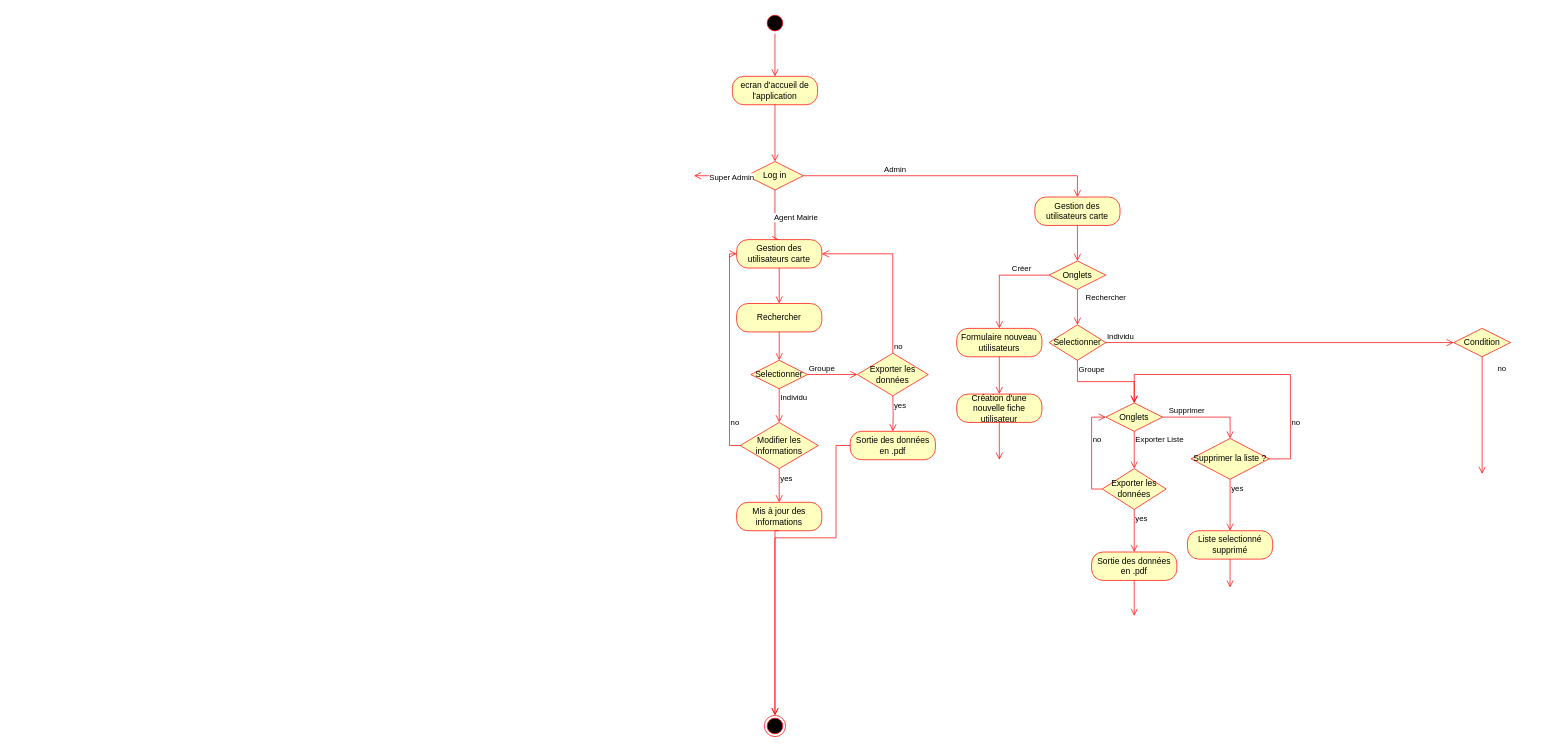
This is page "Diagramme d'activités" (3 of 3) of accésCimAmiens.drawio from lemairemarius/Uml, a draw.io file, before an edit. Source tidied: cells renumbered, new cells numbered last; positions are measured from the earlier drawing's top-left corner, leaving out a move shared by most shapes. Both pictures are drawn from the tidied source at 71%, with x=0, y=0 at pixel (694, 12).
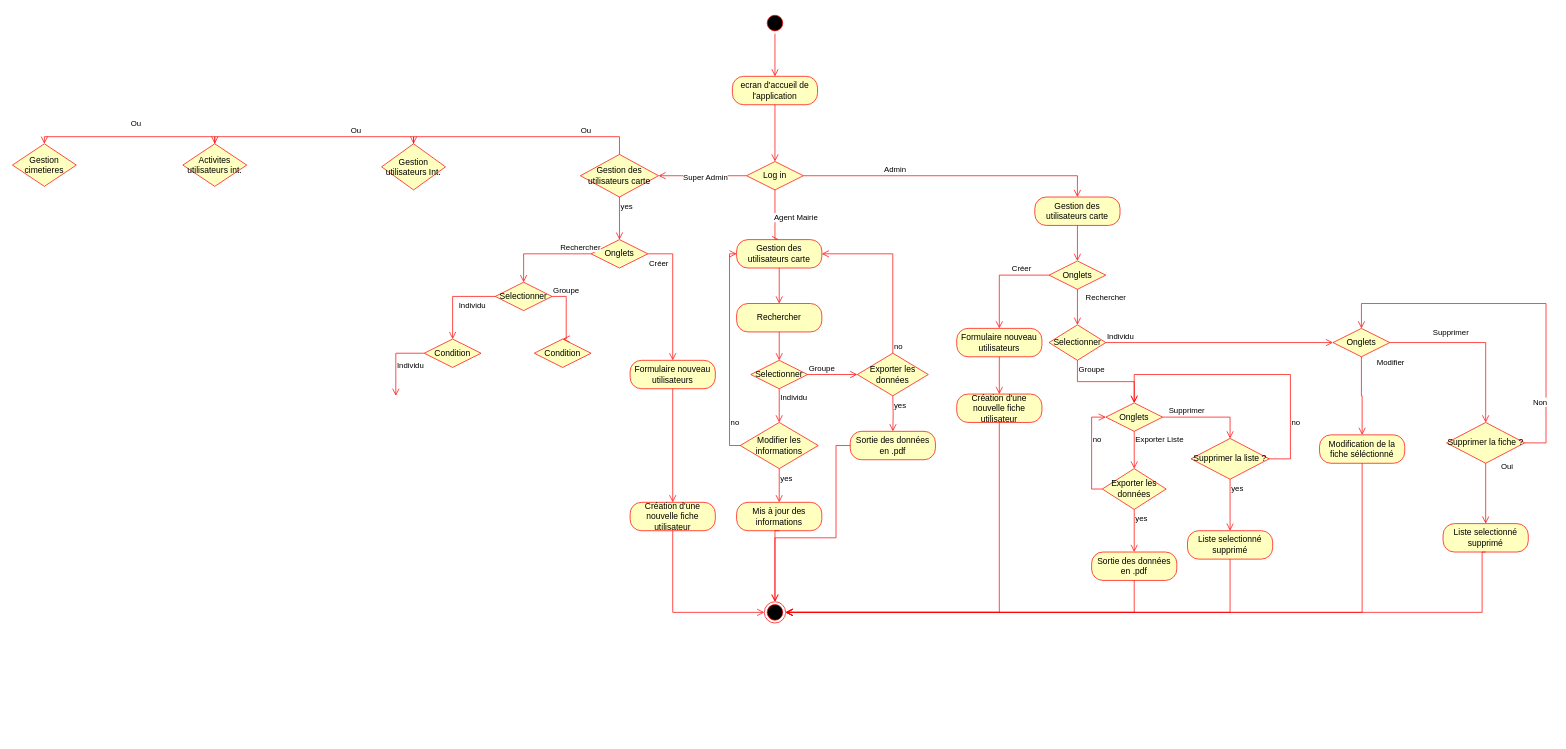
After the change.

The change refers to these unchanged cells:
```xml
<mxCell id="6" value="Log in" style="rhombus;whiteSpace=wrap;html=1;fillColor=#ffffc0;strokeColor=#ff0000;" parent="1" vertex="1">
  <mxGeometry x="74" y="210" width="80" height="40" as="geometry" />
</mxCell>
<mxCell id="42" value="Création d'une nouvelle fiche utilisateur" style="rounded=1;whiteSpace=wrap;html=1;arcSize=40;fontColor=#000000;fillColor=#ffffc0;strokeColor=#ff0000;" parent="1" vertex="1">
  <mxGeometry x="370" y="537.5" width="120" height="40" as="geometry" />
</mxCell>
<mxCell id="48" value="Liste selectionné supprimé" style="rounded=1;whiteSpace=wrap;html=1;arcSize=40;fontColor=#000000;fillColor=#ffffc0;strokeColor=#ff0000;" parent="1" vertex="1">
  <mxGeometry x="695" y="730" width="120" height="40" as="geometry" />
</mxCell>
<mxCell id="53" value="Sortie des données en .pdf" style="rounded=1;whiteSpace=wrap;html=1;arcSize=40;fontColor=#000000;fillColor=#ffffc0;strokeColor=#ff0000;" parent="1" vertex="1">
  <mxGeometry x="560" y="760" width="120" height="40" as="geometry" />
</mxCell>
```

What changed in the source:
```diff
@@
-    <mxCell id="9" value="Super Admin" style="edgeStyle=orthogonalEdgeStyle;html=1;align=left;verticalAlign=top;endArrow=open;endSize=8;strokeColor=#ff0000;rounded=0;exitX=0;exitY=0.5;exitDx=0;exitDy=0;" parent="1" edge="1" source="6">
-      <mxGeometry x="0.46" y="-10" relative="1" as="geometry">
-        <mxPoint y="230" as="targetPoint" />
-        <Array as="points">
-          <mxPoint x="30" y="230" />
-        </Array>
-      </mxGeometry>
+    <mxCell id="9" value="Super Admin" style="edgeStyle=orthogonalEdgeStyle;html=1;align=left;verticalAlign=top;endArrow=open;endSize=8;strokeColor=#ff0000;rounded=0;exitX=0;exitY=0.5;exitDx=0;exitDy=0;entryX=1;entryY=0.5;entryDx=0;entryDy=0;" parent="1" edge="1" source="6" target="63">
+      <mxGeometry x="0.46" y="-10" relative="1" as="geometry" />
     </mxCell>
     <mxCell id="10" style="ellipse;html=1;shape=endState;fillColor=#000000;strokeColor=#ff0000;" parent="1" vertex="1">
-      <mxGeometry x="99" y="990" width="30" height="30" as="geometry" />
+      <mxGeometry x="99" y="830" width="30" height="30" as="geometry" />
     </mxCell>
@@
-    <mxCell id="33" value="Condition" style="rhombus;whiteSpace=wrap;html=1;fillColor=#ffffc0;strokeColor=#ff0000;" parent="1" vertex="1">
-      <mxGeometry x="1070" y="445" width="80" height="40" as="geometry" />
+    <mxCell id="33" value="Onglets" style="rhombus;whiteSpace=wrap;html=1;fillColor=#ffffc0;strokeColor=#ff0000;" parent="1" vertex="1">
+      <mxGeometry x="900" y="445" width="80" height="40" as="geometry" />
     </mxCell>
-    <mxCell id="34" value="no" style="edgeStyle=orthogonalEdgeStyle;html=1;align=left;verticalAlign=bottom;endArrow=open;endSize=8;strokeColor=#ff0000;rounded=0;" parent="1" edge="1" source="33">
-      <mxGeometry x="-0.7" y="20" relative="1" as="geometry">
-        <mxPoint x="1110" y="650" as="targetPoint" />
-        <Array as="points">
-          <mxPoint x="1110" y="650" />
-        </Array>
-      </mxGeometry>
+    <mxCell id="34" value="Modifier" style="edgeStyle=orthogonalEdgeStyle;html=1;align=left;verticalAlign=bottom;endArrow=open;endSize=8;strokeColor=#ff0000;rounded=0;entryX=0.5;entryY=0;entryDx=0;entryDy=0;" parent="1" edge="1" source="33" target="59">
+      <mxGeometry x="-0.7" y="20" relative="1" as="geometry" />
     </mxCell>
@@
-    <mxCell id="43" style="edgeStyle=orthogonalEdgeStyle;html=1;verticalAlign=bottom;endArrow=open;endSize=8;strokeColor=#ff0000;rounded=0;exitX=0.5;exitY=1;exitDx=0;exitDy=0;" parent="1" edge="1" source="42">
-      <mxGeometry relative="1" as="geometry">
-        <mxPoint x="430" y="630" as="targetPoint" />
-      </mxGeometry>
+    <mxCell id="43" style="edgeStyle=orthogonalEdgeStyle;html=1;verticalAlign=bottom;endArrow=open;endSize=8;strokeColor=#ff0000;rounded=0;exitX=0.5;exitY=1;exitDx=0;exitDy=0;entryX=1;entryY=0.5;entryDx=0;entryDy=0;" parent="1" edge="1" source="42" target="10">
+      <mxGeometry relative="1" as="geometry" />
     </mxCell>
@@
-    <mxCell id="49" style="edgeStyle=orthogonalEdgeStyle;html=1;verticalAlign=bottom;endArrow=open;endSize=8;strokeColor=#ff0000;rounded=0;" parent="1" edge="1" source="48">
+    <mxCell id="49" style="edgeStyle=orthogonalEdgeStyle;html=1;verticalAlign=bottom;endArrow=open;endSize=8;strokeColor=#ff0000;rounded=0;entryX=1;entryY=0.5;entryDx=0;entryDy=0;" parent="1" edge="1" source="48" target="10">
       <mxGeometry relative="1" as="geometry">
-        <mxPoint x="755" y="810" as="targetPoint" />
+        <Array as="points">
+          <mxPoint x="755" y="845" />
+        </Array>
       </mxGeometry>
     </mxCell>
@@
-    <mxCell id="54" style="edgeStyle=orthogonalEdgeStyle;html=1;verticalAlign=bottom;endArrow=open;endSize=8;strokeColor=#ff0000;rounded=0;exitX=0.5;exitY=1;exitDx=0;exitDy=0;" parent="1" edge="1" source="53">
-      <mxGeometry relative="1" as="geometry">
-        <mxPoint x="620" y="850" as="targetPoint" />
-      </mxGeometry>
+    <mxCell id="54" style="edgeStyle=orthogonalEdgeStyle;html=1;verticalAlign=bottom;endArrow=open;endSize=8;strokeColor=#ff0000;rounded=0;exitX=0.5;exitY=1;exitDx=0;exitDy=0;entryX=1;entryY=0.5;entryDx=0;entryDy=0;" parent="1" edge="1" source="53" target="10">
+      <mxGeometry relative="1" as="geometry" />
     </mxCell>
+    <mxCell id="55" value="Supprimer" style="edgeStyle=orthogonalEdgeStyle;html=1;align=left;verticalAlign=bottom;endArrow=open;endSize=8;strokeColor=#ff0000;rounded=0;exitX=1;exitY=0.5;exitDx=0;exitDy=0;entryX=0.5;entryY=0;entryDx=0;entryDy=0;" parent="1" edge="1" source="33" target="56">
+      <mxGeometry x="-0.52" y="5" relative="1" as="geometry">
+        <Array as="points">
+          <mxPoint x="1115" y="465" />
+        </Array>
+      </mxGeometry>
+    </mxCell>
+    <mxCell id="56" value="Supprimer la fiche ?" style="rhombus;whiteSpace=wrap;html=1;fillColor=#ffffc0;strokeColor=#ff0000;" parent="1" vertex="1">
+      <mxGeometry x="1060" y="577.5" width="110" height="57.5" as="geometry" />
+    </mxCell>
+    <mxCell id="57" value="Oui" style="edgeStyle=orthogonalEdgeStyle;html=1;align=left;verticalAlign=bottom;endArrow=open;endSize=8;strokeColor=#ff0000;rounded=0;exitX=0.5;exitY=1;exitDx=0;exitDy=0;entryX=0.5;entryY=0;entryDx=0;entryDy=0;" parent="1" edge="1" source="56" target="61">
+      <mxGeometry x="-0.7" y="20" relative="1" as="geometry">
+        <Array as="points">
+          <mxPoint x="1115" y="720" />
+          <mxPoint x="1115" y="720" />
+        </Array>
+      </mxGeometry>
+    </mxCell>
+    <mxCell id="58" value="Non" style="edgeStyle=orthogonalEdgeStyle;html=1;align=left;verticalAlign=bottom;endArrow=open;endSize=8;strokeColor=#ff0000;rounded=0;exitX=1;exitY=0.5;exitDx=0;exitDy=0;entryX=0.5;entryY=0;entryDx=0;entryDy=0;" parent="1" edge="1" source="56" target="33">
+      <mxGeometry x="-0.7" y="20" relative="1" as="geometry">
+        <Array as="points">
+          <mxPoint x="1200" y="606" />
+          <mxPoint x="1200" y="410" />
+          <mxPoint x="940" y="410" />
+        </Array>
+      </mxGeometry>
+    </mxCell>
+    <mxCell id="59" value="Modification de la fiche séléctionné" style="rounded=1;whiteSpace=wrap;html=1;arcSize=40;fontColor=#000000;fillColor=#ffffc0;strokeColor=#ff0000;" parent="1" vertex="1">
+      <mxGeometry x="881" y="595" width="120" height="40" as="geometry" />
+    </mxCell>
+    <mxCell id="60" style="edgeStyle=orthogonalEdgeStyle;html=1;verticalAlign=bottom;endArrow=open;endSize=8;strokeColor=#ff0000;rounded=0;entryX=1;entryY=0.5;entryDx=0;entryDy=0;" parent="1" edge="1" source="59" target="10">
+      <mxGeometry relative="1" as="geometry">
+        <Array as="points">
+          <mxPoint x="941" y="845" />
+        </Array>
+      </mxGeometry>
+    </mxCell>
+    <mxCell id="61" value="Liste selectionné supprimé" style="rounded=1;whiteSpace=wrap;html=1;arcSize=40;fontColor=#000000;fillColor=#ffffc0;strokeColor=#ff0000;" parent="1" vertex="1">
+      <mxGeometry x="1055" y="720" width="120" height="40" as="geometry" />
+    </mxCell>
+    <mxCell id="62" style="edgeStyle=orthogonalEdgeStyle;html=1;verticalAlign=bottom;endArrow=open;endSize=8;strokeColor=#ff0000;rounded=0;entryX=1;entryY=0.5;entryDx=0;entryDy=0;exitX=0.5;exitY=1;exitDx=0;exitDy=0;" parent="1" edge="1" source="61" target="10">
+      <mxGeometry relative="1" as="geometry">
+        <Array as="points">
+          <mxPoint x="1110" y="760" />
+          <mxPoint x="1110" y="845" />
+        </Array>
+      </mxGeometry>
+    </mxCell>
+    <mxCell id="63" value="Gestion des utilisateurs carte" style="rhombus;whiteSpace=wrap;html=1;fillColor=#ffffc0;strokeColor=#ff0000;" parent="1" vertex="1">
+      <mxGeometry x="-160" y="200" width="110" height="60" as="geometry" />
+    </mxCell>
+    <mxCell id="64" value="Ou" style="edgeStyle=orthogonalEdgeStyle;html=1;align=left;verticalAlign=bottom;endArrow=open;endSize=8;strokeColor=#ff0000;rounded=0;exitX=0.5;exitY=0;exitDx=0;exitDy=0;entryX=0.5;entryY=0;entryDx=0;entryDy=0;" parent="1" edge="1" source="63" target="66">
+      <mxGeometry x="-0.5" relative="1" as="geometry" />
+    </mxCell>
+    <mxCell id="65" value="yes" style="edgeStyle=orthogonalEdgeStyle;html=1;align=left;verticalAlign=top;endArrow=open;endSize=8;strokeColor=#ff0000;rounded=0;exitX=0.5;exitY=1;exitDx=0;exitDy=0;entryX=0.5;entryY=0;entryDx=0;entryDy=0;" parent="1" edge="1" source="63" target="71">
+      <mxGeometry x="-1" relative="1" as="geometry" />
+    </mxCell>
+    <mxCell id="66" value="Gestion utilisateurs Int." style="rhombus;whiteSpace=wrap;html=1;fillColor=#ffffc0;strokeColor=#ff0000;" parent="1" vertex="1">
+      <mxGeometry x="-440" y="185" width="90" height="65" as="geometry" />
+    </mxCell>
+    <mxCell id="67" value="Activites utilisateurs int." style="rhombus;whiteSpace=wrap;html=1;fillColor=#ffffc0;strokeColor=#ff0000;" parent="1" vertex="1">
+      <mxGeometry x="-720" y="185" width="90" height="60" as="geometry" />
+    </mxCell>
+    <mxCell id="68" value="Ou" style="edgeStyle=orthogonalEdgeStyle;html=1;align=left;verticalAlign=bottom;endArrow=open;endSize=8;strokeColor=#ff0000;rounded=0;exitX=0.5;exitY=0;exitDx=0;exitDy=0;entryX=0.5;entryY=0;entryDx=0;entryDy=0;" parent="1" edge="1" source="66" target="67">
+      <mxGeometry x="-0.33" relative="1" as="geometry" />
+    </mxCell>
+    <mxCell id="69" value="Gestion cimetieres" style="rhombus;whiteSpace=wrap;html=1;fillColor=#ffffc0;strokeColor=#ff0000;" parent="1" vertex="1">
+      <mxGeometry x="-960" y="185" width="90" height="60" as="geometry" />
+    </mxCell>
+    <mxCell id="70" value="Ou" style="edgeStyle=orthogonalEdgeStyle;html=1;align=left;verticalAlign=bottom;endArrow=open;endSize=8;strokeColor=#ff0000;rounded=0;exitX=0.5;exitY=0;exitDx=0;exitDy=0;entryX=0.5;entryY=0;entryDx=0;entryDy=0;" parent="1" edge="1" source="67" target="69">
+      <mxGeometry y="-10" relative="1" as="geometry" />
+    </mxCell>
+    <mxCell id="71" value="Onglets" style="rhombus;whiteSpace=wrap;html=1;fillColor=#ffffc0;strokeColor=#ff0000;" parent="1" vertex="1">
+      <mxGeometry x="-145" y="320" width="80" height="40" as="geometry" />
+    </mxCell>
+    <mxCell id="72" value="Rechercher" style="edgeStyle=orthogonalEdgeStyle;html=1;align=left;verticalAlign=bottom;endArrow=open;endSize=8;strokeColor=#ff0000;rounded=0;exitX=0;exitY=0.5;exitDx=0;exitDy=0;entryX=0.5;entryY=0;entryDx=0;entryDy=0;entryPerimeter=0;" parent="1" edge="1" source="71" target="78">
+      <mxGeometry x="-0.33" relative="1" as="geometry" />
+    </mxCell>
+    <mxCell id="73" value="Créer" style="edgeStyle=orthogonalEdgeStyle;html=1;align=left;verticalAlign=top;endArrow=open;endSize=8;strokeColor=#ff0000;rounded=0;entryX=0.5;entryY=0;entryDx=0;entryDy=0;exitX=1;exitY=0.5;exitDx=0;exitDy=0;" parent="1" edge="1" source="71" target="74">
+      <mxGeometry x="-1" relative="1" as="geometry" />
+    </mxCell>
+    <mxCell id="74" value="Formulaire nouveau utilisateurs" style="rounded=1;whiteSpace=wrap;html=1;arcSize=40;fontColor=#000000;fillColor=#ffffc0;strokeColor=#ff0000;" parent="1" vertex="1">
+      <mxGeometry x="-90" y="490" width="120" height="40" as="geometry" />
+    </mxCell>
+    <mxCell id="75" value="Création d'une nouvelle fiche utilisateur" style="rounded=1;whiteSpace=wrap;html=1;arcSize=40;fontColor=#000000;fillColor=#ffffc0;strokeColor=#ff0000;" parent="1" vertex="1">
+      <mxGeometry x="-90" y="690" width="120" height="40" as="geometry" />
+    </mxCell>
+    <mxCell id="76" style="edgeStyle=orthogonalEdgeStyle;html=1;verticalAlign=bottom;endArrow=open;endSize=8;strokeColor=#ff0000;rounded=0;exitX=0.5;exitY=1;exitDx=0;exitDy=0;entryX=0.5;entryY=0;entryDx=0;entryDy=0;" parent="1" edge="1" source="74" target="75">
+      <mxGeometry relative="1" as="geometry" />
+    </mxCell>
+    <mxCell id="77" style="edgeStyle=orthogonalEdgeStyle;html=1;verticalAlign=bottom;endArrow=open;endSize=8;strokeColor=#ff0000;rounded=0;exitX=0.5;exitY=1;exitDx=0;exitDy=0;entryX=0;entryY=0.5;entryDx=0;entryDy=0;" parent="1" edge="1" source="75" target="10">
+      <mxGeometry relative="1" as="geometry" />
+    </mxCell>
+    <mxCell id="78" value="Selectionner" style="rhombus;whiteSpace=wrap;html=1;fillColor=#ffffc0;strokeColor=#ff0000;" parent="1" vertex="1">
+      <mxGeometry x="-280" y="380" width="80" height="40" as="geometry" />
+    </mxCell>
+    <mxCell id="79" value="Groupe" style="edgeStyle=orthogonalEdgeStyle;html=1;align=left;verticalAlign=bottom;endArrow=open;endSize=8;strokeColor=#ff0000;rounded=0;entryX=0.5;entryY=0;entryDx=0;entryDy=0;" parent="1" edge="1" source="78" target="83">
+      <mxGeometry x="-1" relative="1" as="geometry">
+        <Array as="points">
+          <mxPoint x="-180" y="400" />
+        </Array>
+      </mxGeometry>
+    </mxCell>
+    <mxCell id="80" value="Individu" style="edgeStyle=orthogonalEdgeStyle;html=1;align=left;verticalAlign=top;endArrow=open;endSize=8;strokeColor=#ff0000;rounded=0;exitX=0;exitY=0.5;exitDx=0;exitDy=0;entryX=0.5;entryY=0;entryDx=0;entryDy=0;" parent="1" edge="1" source="78" target="81">
+      <mxGeometry x="-0.11" relative="1" as="geometry">
+        <Array as="points">
+          <mxPoint x="-340" y="400" />
+        </Array>
+      </mxGeometry>
+    </mxCell>
+    <mxCell id="81" value="Condition" style="rhombus;whiteSpace=wrap;html=1;fillColor=#ffffc0;strokeColor=#ff0000;" parent="1" vertex="1">
+      <mxGeometry x="-380" y="460" width="80" height="40" as="geometry" />
+    </mxCell>
+    <mxCell id="82" value="Individu" style="edgeStyle=orthogonalEdgeStyle;html=1;align=left;verticalAlign=top;endArrow=open;endSize=8;strokeColor=#ff0000;rounded=0;exitX=0;exitY=0.5;exitDx=0;exitDy=0;" parent="1" edge="1" source="81">
+      <mxGeometry x="-0.11" relative="1" as="geometry">
+        <mxPoint x="-420" y="540" as="targetPoint" />
+        <Array as="points">
+          <mxPoint x="-420" y="480" />
+          <mxPoint x="-420" y="540" />
+        </Array>
+      </mxGeometry>
+    </mxCell>
+    <mxCell id="83" value="Condition" style="rhombus;whiteSpace=wrap;html=1;fillColor=#ffffc0;strokeColor=#ff0000;" parent="1" vertex="1">
+      <mxGeometry x="-225" y="460" width="80" height="40" as="geometry" />
+    </mxCell>
```
